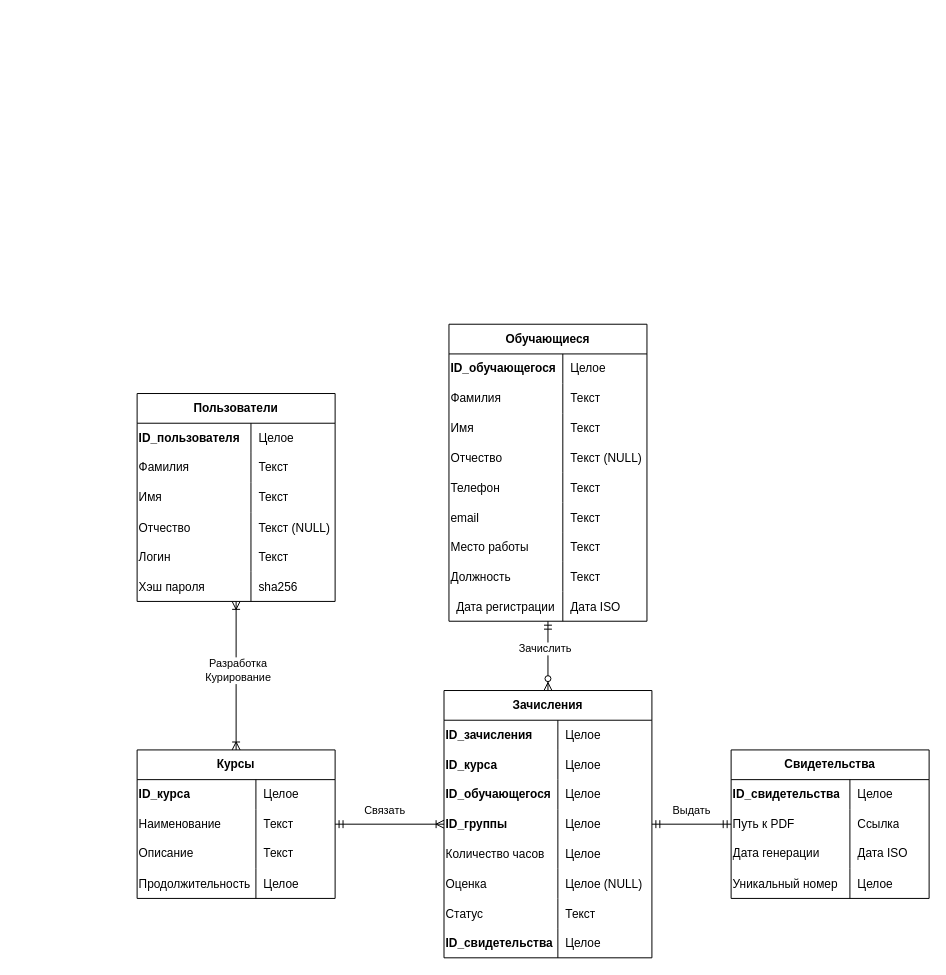
Before: t4_2.drawio in NoSignificantWorries/ProjectsDev, a draw.io diagram. Source tidied: cells renumbered, new cells numbered last; positions are measured from the earlier drawing's top-left corner, leaving out a move shared by most shapes. Both pictures are drawn from the tidied source at 99%, with x=0, y=0 at pixel (137, 324).
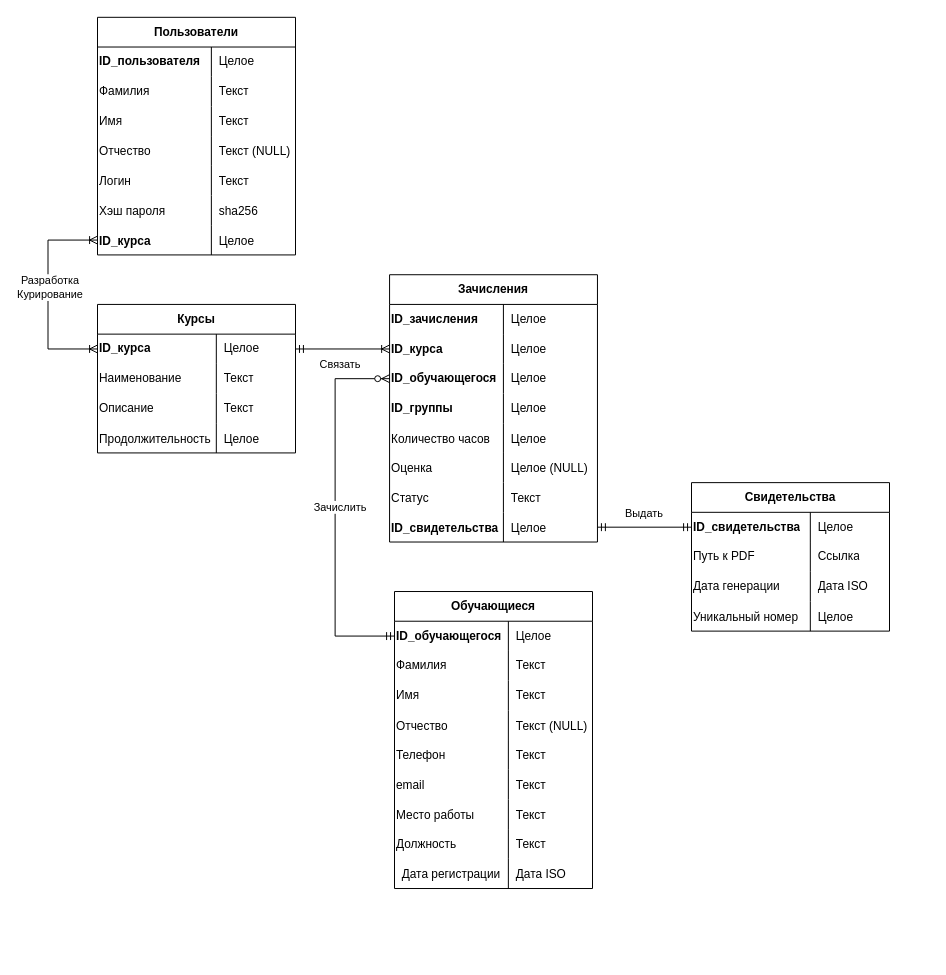
The same page after the edit.

Unchanged cells that the change refers to:
```xml
<mxCell id="22" style="shape=tableRow;horizontal=0;startSize=0;swimlaneHead=0;swimlaneBody=0;fillColor=none;points=[[0,0.5],[1,0.5]];portConstraint=eastwest;top=0;left=0;right=0;bottom=0;html=1;" parent="21" vertex="1">
  <mxGeometry y="30" width="200" height="30" as="geometry" />
</mxCell>
<mxCell id="50" style="shape=tableRow;horizontal=0;startSize=0;swimlaneHead=0;swimlaneBody=0;fillColor=none;points=[[0,0.5],[1,0.5]];portConstraint=eastwest;top=0;left=0;right=0;bottom=0;html=1;" parent="49" vertex="1">
  <mxGeometry y="30" width="200" height="30" as="geometry" />
</mxCell>
<mxCell id="63" style="shape=tableRow;horizontal=0;startSize=0;swimlaneHead=0;swimlaneBody=0;fillColor=none;points=[[0,0.5],[1,0.5]];portConstraint=eastwest;top=0;left=0;right=0;bottom=0;html=1;" parent="62" vertex="1">
  <mxGeometry y="30" width="200" height="30" as="geometry" />
</mxCell>
<mxCell id="79" style="shape=tableRow;horizontal=0;startSize=0;swimlaneHead=0;swimlaneBody=0;fillColor=none;points=[[0,0.5],[1,0.5]];portConstraint=eastwest;top=0;left=0;right=0;bottom=0;" parent="75" vertex="1">
  <mxGeometry y="60" width="210" height="30" as="geometry" />
</mxCell>
<mxCell id="82" style="shape=tableRow;horizontal=0;startSize=0;swimlaneHead=0;swimlaneBody=0;fillColor=none;points=[[0,0.5],[1,0.5]];portConstraint=eastwest;top=0;left=0;right=0;bottom=0;html=1;" parent="75" vertex="1">
  <mxGeometry y="90" width="210" height="30" as="geometry" />
</mxCell>
<mxCell id="97" style="shape=tableRow;horizontal=0;startSize=0;swimlaneHead=0;swimlaneBody=0;fillColor=none;points=[[0,0.5],[1,0.5]];portConstraint=eastwest;top=0;left=0;right=0;bottom=0;" parent="75" vertex="1">
  <mxGeometry y="240" width="210" height="30" as="geometry" />
</mxCell>
```

What changed in the source:
```diff
@@
     <mxCell id="2" value="Пользователи" style="shape=table;startSize=30;childLayout=tableLayout;rowLines=0;fontStyle=1;align=center;html=1;whiteSpace=wrap;" parent="1" vertex="1">
-      <mxGeometry y="70" width="200" height="210" as="geometry" />
+      <mxGeometry x="-40" y="-310" width="200" height="240" as="geometry" />
     </mxCell>
@@
+    <mxCell id="108" style="shape=tableRow;horizontal=0;startSize=0;swimlaneHead=0;swimlaneBody=0;fillColor=none;points=[[0,0.5],[1,0.5]];portConstraint=eastwest;top=0;left=0;right=0;bottom=0;" parent="2" vertex="1">
+      <mxGeometry y="210" width="200" height="30" as="geometry" />
+    </mxCell>
+    <mxCell id="109" value="ID_курса" style="shape=partialRectangle;fillColor=none;top=0;left=0;bottom=0;right=0;overflow=hidden;align=left;fontStyle=1;" parent="108" vertex="1">
+      <mxGeometry width="115" height="30" as="geometry" />
+    </mxCell>
+    <mxCell id="110" value="Целое" style="shape=partialRectangle;fillColor=none;top=0;left=0;bottom=0;right=0;align=left;spacingLeft=6;overflow=hidden;" parent="108" vertex="1">
+      <mxGeometry x="115" width="85" height="30" as="geometry" />
+    </mxCell>
     <mxCell id="21" value="Обучающиеся" style="shape=table;startSize=30;childLayout=tableLayout;rowLines=0;fontStyle=1;align=center;html=1;whiteSpace=wrap;" parent="1" vertex="1">
-      <mxGeometry x="315" width="200" height="300" as="geometry" />
+      <mxGeometry x="260" y="270" width="200" height="300" as="geometry" />
     </mxCell>
@@
     <mxCell id="49" value="Курсы" style="shape=table;startSize=30;childLayout=tableLayout;rowLines=0;fontStyle=1;align=center;html=1;whiteSpace=wrap;" parent="1" vertex="1">
-      <mxGeometry y="430" width="200" height="150" as="geometry" />
+      <mxGeometry x="-40" y="-20" width="200" height="150" as="geometry" />
     </mxCell>
@@
     <mxCell id="62" value="Свидетельства" style="shape=table;startSize=30;childLayout=tableLayout;rowLines=0;fontStyle=1;align=center;html=1;whiteSpace=wrap;" parent="1" vertex="1">
-      <mxGeometry x="600" y="430" width="200" height="150" as="geometry" />
+      <mxGeometry x="560" y="160" width="200" height="150" as="geometry" />
     </mxCell>
@@
     <mxCell id="75" value="Зачисления" style="shape=table;startSize=30;childLayout=tableLayout;rowLines=0;fontStyle=1;align=center;html=1;whiteSpace=wrap;" parent="1" vertex="1">
-      <mxGeometry x="310" y="370" width="210" height="270" as="geometry" />
+      <mxGeometry x="255" y="-50" width="210" height="270" as="geometry" />
     </mxCell>
@@
-    <mxCell id="100" style="fontSize=12;html=1;endArrow=ERoneToMany;startArrow=ERoneToMany;rounded=0;edgeStyle=orthogonalEdgeStyle;startFill=0;endFill=0;" parent="1" edge="1" source="49" target="2">
-      <mxGeometry relative="1" as="geometry" />
+    <mxCell id="100" style="fontSize=12;html=1;endArrow=ERoneToMany;startArrow=ERoneToMany;rounded=0;edgeStyle=orthogonalEdgeStyle;startFill=0;endFill=0;exitX=0;exitY=0.5;exitDx=0;exitDy=0;entryX=0;entryY=0.5;entryDx=0;entryDy=0;" parent="1" edge="1" source="50" target="108">
+      <mxGeometry relative="1" as="geometry">
+        <Array as="points">
+          <mxPoint x="-90" y="25" />
+          <mxPoint x="-90" y="-85" />
+        </Array>
+      </mxGeometry>
     </mxCell>
@@
-    <mxCell id="102" style="edgeStyle=orthogonalEdgeStyle;fontSize=12;html=1;endArrow=ERzeroToMany;startArrow=ERmandOne;rounded=0;" parent="1" edge="1" source="21" target="75">
-      <mxGeometry relative="1" as="geometry" />
+    <mxCell id="102" style="edgeStyle=orthogonalEdgeStyle;fontSize=12;html=1;endArrow=ERzeroToMany;startArrow=ERmandOne;rounded=0;entryX=0;entryY=0.5;entryDx=0;entryDy=0;exitX=0;exitY=0.5;exitDx=0;exitDy=0;" parent="1" edge="1" source="22" target="82">
+      <mxGeometry relative="1" as="geometry">
+        <Array as="points">
+          <mxPoint x="200" y="315" />
+          <mxPoint x="200" y="55" />
+        </Array>
+      </mxGeometry>
     </mxCell>
     <mxCell id="103" value="Зачислить" style="edgeLabel;html=1;align=center;verticalAlign=middle;" parent="102" vertex="1">
-      <mxGeometry x="-0.22" y="-4" relative="1" as="geometry" />
+      <mxGeometry x="-0.22" y="-4" relative="1" as="geometry">
+        <mxPoint y="-45" as="offset" />
+      </mxGeometry>
     </mxCell>
-    <mxCell id="104" style="edgeStyle=orthogonalEdgeStyle;fontSize=12;html=1;endArrow=ERmandOne;startArrow=ERmandOne;rounded=0;endFill=0;" parent="1" edge="1" source="62" target="75">
+    <mxCell id="104" style="edgeStyle=orthogonalEdgeStyle;fontSize=12;html=1;endArrow=ERmandOne;startArrow=ERmandOne;rounded=0;endFill=0;entryX=1;entryY=0.5;entryDx=0;entryDy=0;exitX=0;exitY=0.5;exitDx=0;exitDy=0;" parent="1" edge="1" source="63" target="97">
       <mxGeometry relative="1" as="geometry" />
     </mxCell>
@@
-    <mxCell id="106" style="edgeStyle=orthogonalEdgeStyle;fontSize=12;html=1;endArrow=ERmandOne;startArrow=ERoneToMany;rounded=0;endFill=0;startFill=0;" parent="1" edge="1" source="75" target="49">
+    <mxCell id="106" style="edgeStyle=orthogonalEdgeStyle;fontSize=12;html=1;endArrow=ERmandOne;startArrow=ERoneToMany;rounded=0;endFill=0;startFill=0;entryX=1;entryY=0.5;entryDx=0;entryDy=0;exitX=0;exitY=0.5;exitDx=0;exitDy=0;" parent="1" edge="1" source="79" target="50">
       <mxGeometry relative="1" as="geometry" />
     </mxCell>
     <mxCell id="107" value="Связать" style="edgeLabel;html=1;align=center;verticalAlign=middle;" parent="106" vertex="1">
       <mxGeometry x="0.32" y="2" relative="1" as="geometry">
-        <mxPoint x="12" y="-17" as="offset" />
+        <mxPoint x="12" y="13" as="offset" />
       </mxGeometry>
     </mxCell>
```
